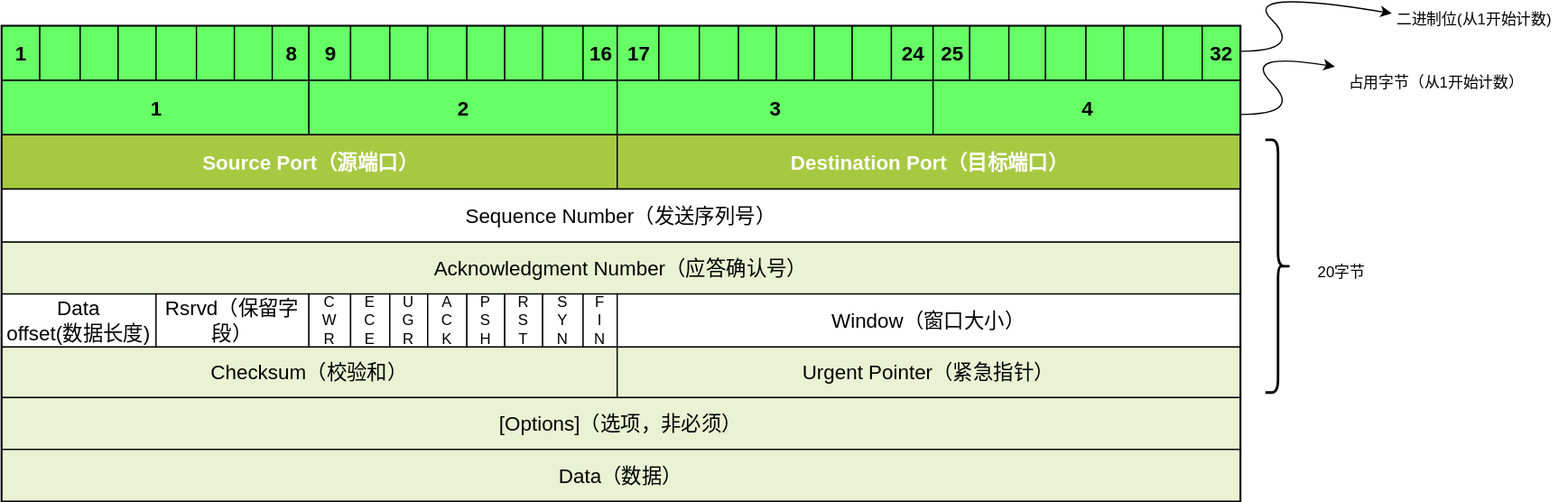
Above: 网络协议/03-TCP协议简介-可靠.drawio.svg in WithoutCause/draw.io (draw.io), before the change. Source tidied: cells renumbered, new cells last; positions are measured from the earlier drawing's top-left corner, leaving out a move shared by most shapes.
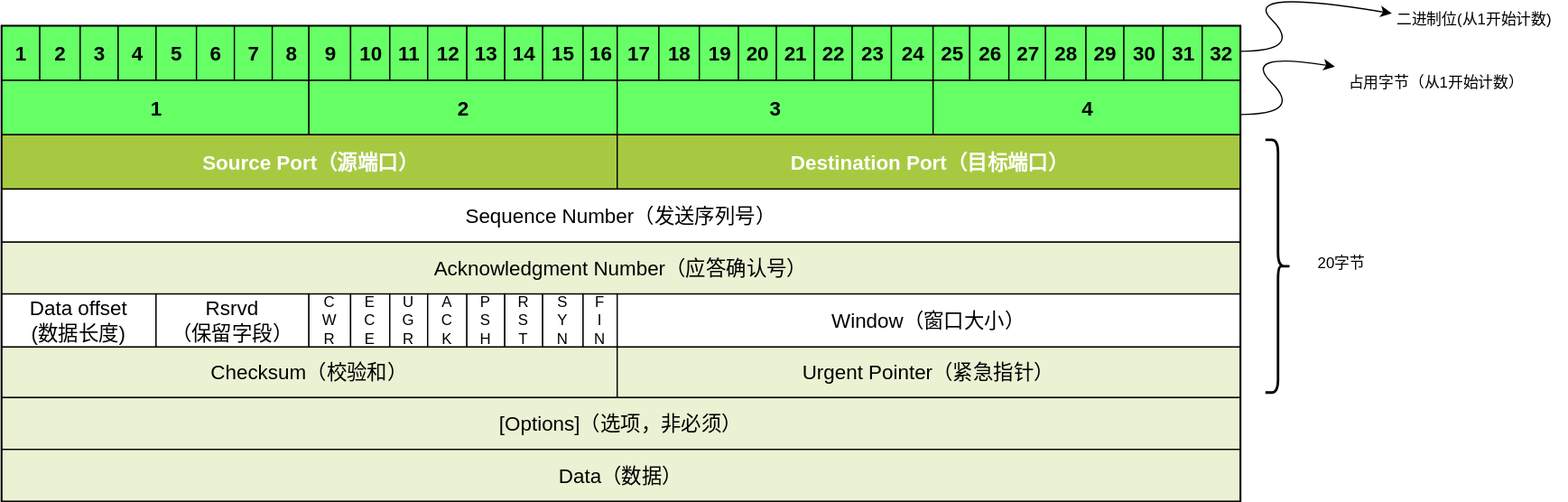
Above is the later version.

Commit message:
更新03-TCP协议简介-可靠.drawio.svg

What changed in the source:
```diff
@@ -14,22 +14,22 @@
     <mxCell id="5" value="1" style="strokeColor=inherit;fillColor=#66FF66;align=center;fontStyle=1;fontColor=#000000;html=1;fontSize=16;" parent="4" vertex="1">
       <mxGeometry width="30" height="43" as="geometry" />
     </mxCell>
-    <mxCell id="6" style="strokeColor=inherit;fillColor=#66FF66;align=center;fontStyle=1;fontColor=#000000;html=1;fontSize=16;" parent="4" vertex="1">
+    <mxCell id="6" value="2" style="strokeColor=inherit;fillColor=#66FF66;align=center;fontStyle=1;fontColor=#000000;html=1;fontSize=16;" parent="4" vertex="1">
       <mxGeometry x="30" width="32" height="43" as="geometry" />
     </mxCell>
-    <mxCell id="7" style="strokeColor=inherit;fillColor=#66FF66;align=center;fontStyle=1;fontColor=#000000;html=1;fontSize=16;" parent="4" vertex="1">
+    <mxCell id="7" value="3" style="strokeColor=inherit;fillColor=#66FF66;align=center;fontStyle=1;fontColor=#000000;html=1;fontSize=16;" parent="4" vertex="1">
       <mxGeometry x="62" width="30" height="43" as="geometry" />
     </mxCell>
-    <mxCell id="8" style="strokeColor=inherit;fillColor=#66FF66;align=center;fontStyle=1;fontColor=#000000;html=1;fontSize=16;" parent="4" vertex="1">
+    <mxCell id="8" value="4" style="strokeColor=inherit;fillColor=#66FF66;align=center;fontStyle=1;fontColor=#000000;html=1;fontSize=16;" parent="4" vertex="1">
       <mxGeometry x="92" width="30" height="43" as="geometry" />
     </mxCell>
-    <mxCell id="9" style="strokeColor=inherit;fillColor=#66FF66;align=center;fontStyle=1;fontColor=#000000;html=1;fontSize=16;" parent="4" vertex="1">
+    <mxCell id="9" value="5" style="strokeColor=inherit;fillColor=#66FF66;align=center;fontStyle=1;fontColor=#000000;html=1;fontSize=16;" parent="4" vertex="1">
       <mxGeometry x="122" width="32" height="43" as="geometry" />
     </mxCell>
-    <mxCell id="10" style="strokeColor=inherit;fillColor=#66FF66;align=center;fontStyle=1;fontColor=#000000;html=1;fontSize=16;" parent="4" vertex="1">
+    <mxCell id="10" value="6" style="strokeColor=inherit;fillColor=#66FF66;align=center;fontStyle=1;fontColor=#000000;html=1;fontSize=16;" parent="4" vertex="1">
       <mxGeometry x="154" width="30" height="43" as="geometry" />
     </mxCell>
-    <mxCell id="11" style="strokeColor=inherit;fillColor=#66FF66;align=center;fontStyle=1;fontColor=#000000;html=1;fontSize=16;" parent="4" vertex="1">
+    <mxCell id="11" value="7" style="strokeColor=inherit;fillColor=#66FF66;align=center;fontStyle=1;fontColor=#000000;html=1;fontSize=16;" parent="4" vertex="1">
       <mxGeometry x="184" width="30" height="43" as="geometry" />
     </mxCell>
     <mxCell id="12" value="8" style="strokeColor=inherit;fillColor=#66FF66;align=center;fontStyle=1;fontColor=#000000;html=1;fontSize=16;" parent="4" vertex="1">
@@ -38,22 +38,22 @@
     <mxCell id="13" value="9" style="strokeColor=inherit;fillColor=#66FF66;align=center;fontStyle=1;fontColor=#000000;html=1;fontSize=16;" parent="4" vertex="1">
       <mxGeometry x="243" width="33" height="43" as="geometry" />
     </mxCell>
-    <mxCell id="14" style="strokeColor=inherit;fillColor=#66FF66;align=center;fontStyle=1;fontColor=#000000;html=1;fontSize=16;" parent="4" vertex="1">
+    <mxCell id="14" value="10" style="strokeColor=inherit;fillColor=#66FF66;align=center;fontStyle=1;fontColor=#000000;html=1;fontSize=16;" parent="4" vertex="1">
       <mxGeometry x="276" width="31" height="43" as="geometry" />
     </mxCell>
-    <mxCell id="15" style="strokeColor=inherit;fillColor=#66FF66;align=center;fontStyle=1;fontColor=#000000;html=1;fontSize=16;" parent="4" vertex="1">
+    <mxCell id="15" value="11" style="strokeColor=inherit;fillColor=#66FF66;align=center;fontStyle=1;fontColor=#000000;html=1;fontSize=16;" parent="4" vertex="1">
       <mxGeometry x="307" width="30" height="43" as="geometry" />
     </mxCell>
-    <mxCell id="16" style="strokeColor=inherit;fillColor=#66FF66;align=center;fontStyle=1;fontColor=#000000;html=1;fontSize=16;" parent="4" vertex="1">
+    <mxCell id="16" value="12" style="strokeColor=inherit;fillColor=#66FF66;align=center;fontStyle=1;fontColor=#000000;html=1;fontSize=16;" parent="4" vertex="1">
       <mxGeometry x="337" width="31" height="43" as="geometry" />
     </mxCell>
-    <mxCell id="17" style="strokeColor=inherit;fillColor=#66FF66;align=center;fontStyle=1;fontColor=#000000;html=1;fontSize=16;" parent="4" vertex="1">
+    <mxCell id="17" value="13" style="strokeColor=inherit;fillColor=#66FF66;align=center;fontStyle=1;fontColor=#000000;html=1;fontSize=16;" parent="4" vertex="1">
       <mxGeometry x="368" width="30" height="43" as="geometry" />
     </mxCell>
-    <mxCell id="18" style="strokeColor=inherit;fillColor=#66FF66;align=center;fontStyle=1;fontColor=#000000;html=1;fontSize=16;" parent="4" vertex="1">
+    <mxCell id="18" value="14" style="strokeColor=inherit;fillColor=#66FF66;align=center;fontStyle=1;fontColor=#000000;html=1;fontSize=16;" parent="4" vertex="1">
       <mxGeometry x="398" width="30" height="43" as="geometry" />
     </mxCell>
-    <mxCell id="19" style="strokeColor=inherit;fillColor=#66FF66;align=center;fontStyle=1;fontColor=#000000;html=1;fontSize=16;" parent="4" vertex="1">
+    <mxCell id="19" value="15" style="strokeColor=inherit;fillColor=#66FF66;align=center;fontStyle=1;fontColor=#000000;html=1;fontSize=16;" parent="4" vertex="1">
       <mxGeometry x="428" width="32" height="43" as="geometry" />
     </mxCell>
     <mxCell id="20" value="16" style="strokeColor=inherit;fillColor=#66FF66;align=center;fontStyle=1;fontColor=#000000;html=1;fontSize=16;" parent="4" vertex="1">
@@ -62,22 +62,22 @@
     <mxCell id="21" value="17" style="strokeColor=inherit;fillColor=#66FF66;align=center;fontStyle=1;fontColor=#000000;html=1;fontSize=16;" parent="4" vertex="1">
       <mxGeometry x="487" width="33" height="43" as="geometry" />
     </mxCell>
-    <mxCell id="22" style="strokeColor=inherit;fillColor=#66FF66;align=center;fontStyle=1;fontColor=#000000;html=1;fontSize=16;" parent="4" vertex="1">
+    <mxCell id="22" value="18" style="strokeColor=inherit;fillColor=#66FF66;align=center;fontStyle=1;fontColor=#000000;html=1;fontSize=16;" parent="4" vertex="1">
       <mxGeometry x="520" width="32" height="43" as="geometry" />
     </mxCell>
-    <mxCell id="23" style="strokeColor=inherit;fillColor=#66FF66;align=center;fontStyle=1;fontColor=#000000;html=1;fontSize=16;" parent="4" vertex="1">
+    <mxCell id="23" value="19" style="strokeColor=inherit;fillColor=#66FF66;align=center;fontStyle=1;fontColor=#000000;html=1;fontSize=16;" parent="4" vertex="1">
       <mxGeometry x="552" width="31" height="43" as="geometry" />
     </mxCell>
-    <mxCell id="24" style="strokeColor=inherit;fillColor=#66FF66;align=center;fontStyle=1;fontColor=#000000;html=1;fontSize=16;" parent="4" vertex="1">
+    <mxCell id="24" value="20" style="strokeColor=inherit;fillColor=#66FF66;align=center;fontStyle=1;fontColor=#000000;html=1;fontSize=16;" parent="4" vertex="1">
       <mxGeometry x="583" width="30" height="43" as="geometry" />
     </mxCell>
-    <mxCell id="25" style="strokeColor=inherit;fillColor=#66FF66;align=center;fontStyle=1;fontColor=#000000;html=1;fontSize=16;" parent="4" vertex="1">
+    <mxCell id="25" value="21" style="strokeColor=inherit;fillColor=#66FF66;align=center;fontStyle=1;fontColor=#000000;html=1;fontSize=16;" parent="4" vertex="1">
       <mxGeometry x="613" width="30" height="43" as="geometry" />
     </mxCell>
-    <mxCell id="26" style="strokeColor=inherit;fillColor=#66FF66;align=center;fontStyle=1;fontColor=#000000;html=1;fontSize=16;" parent="4" vertex="1">
+    <mxCell id="26" value="22" style="strokeColor=inherit;fillColor=#66FF66;align=center;fontStyle=1;fontColor=#000000;html=1;fontSize=16;" parent="4" vertex="1">
       <mxGeometry x="643" width="30" height="43" as="geometry" />
     </mxCell>
-    <mxCell id="27" style="strokeColor=inherit;fillColor=#66FF66;align=center;fontStyle=1;fontColor=#000000;html=1;fontSize=16;" parent="4" vertex="1">
+    <mxCell id="27" value="23" style="strokeColor=inherit;fillColor=#66FF66;align=center;fontStyle=1;fontColor=#000000;html=1;fontSize=16;" parent="4" vertex="1">
       <mxGeometry x="673" width="31" height="43" as="geometry" />
     </mxCell>
     <mxCell id="28" value="24" style="strokeColor=inherit;fillColor=#66FF66;align=center;fontStyle=1;fontColor=#000000;html=1;fontSize=16;" parent="4" vertex="1">
@@ -86,22 +86,22 @@
     <mxCell id="29" value="25" style="strokeColor=inherit;fillColor=#66FF66;align=center;fontStyle=1;fontColor=#000000;html=1;fontSize=16;" parent="4" vertex="1">
       <mxGeometry x="737" width="29" height="43" as="geometry" />
     </mxCell>
-    <mxCell id="30" style="strokeColor=inherit;fillColor=#66FF66;align=center;fontStyle=1;fontColor=#000000;html=1;fontSize=16;" parent="4" vertex="1">
+    <mxCell id="30" value="26" style="strokeColor=inherit;fillColor=#66FF66;align=center;fontStyle=1;fontColor=#000000;html=1;fontSize=16;" parent="4" vertex="1">
       <mxGeometry x="766" width="31" height="43" as="geometry" />
     </mxCell>
-    <mxCell id="31" style="strokeColor=inherit;fillColor=#66FF66;align=center;fontStyle=1;fontColor=#000000;html=1;fontSize=16;" parent="4" vertex="1">
+    <mxCell id="31" value="27" style="strokeColor=inherit;fillColor=#66FF66;align=center;fontStyle=1;fontColor=#000000;html=1;fontSize=16;" parent="4" vertex="1">
       <mxGeometry x="797" width="29" height="43" as="geometry" />
     </mxCell>
-    <mxCell id="32" style="strokeColor=inherit;fillColor=#66FF66;align=center;fontStyle=1;fontColor=#000000;html=1;fontSize=16;" parent="4" vertex="1">
+    <mxCell id="32" value="28" style="strokeColor=inherit;fillColor=#66FF66;align=center;fontStyle=1;fontColor=#000000;html=1;fontSize=16;" parent="4" vertex="1">
       <mxGeometry x="826" width="32" height="43" as="geometry" />
     </mxCell>
-    <mxCell id="33" style="strokeColor=inherit;fillColor=#66FF66;align=center;fontStyle=1;fontColor=#000000;html=1;fontSize=16;" parent="4" vertex="1">
+    <mxCell id="33" value="29" style="strokeColor=inherit;fillColor=#66FF66;align=center;fontStyle=1;fontColor=#000000;html=1;fontSize=16;" parent="4" vertex="1">
       <mxGeometry x="858" width="30" height="43" as="geometry" />
     </mxCell>
-    <mxCell id="34" style="strokeColor=inherit;fillColor=#66FF66;align=center;fontStyle=1;fontColor=#000000;html=1;fontSize=16;" parent="4" vertex="1">
+    <mxCell id="34" value="30" style="strokeColor=inherit;fillColor=#66FF66;align=center;fontStyle=1;fontColor=#000000;html=1;fontSize=16;" parent="4" vertex="1">
       <mxGeometry x="888" width="31" height="43" as="geometry" />
     </mxCell>
-    <mxCell id="35" style="strokeColor=inherit;fillColor=#66FF66;align=center;fontStyle=1;fontColor=#000000;html=1;fontSize=16;" parent="4" vertex="1">
+    <mxCell id="35" value="31" style="strokeColor=inherit;fillColor=#66FF66;align=center;fontStyle=1;fontColor=#000000;html=1;fontSize=16;" parent="4" vertex="1">
       <mxGeometry x="919" width="31" height="43" as="geometry" />
     </mxCell>
     <mxCell id="36" value="32" style="strokeColor=inherit;fillColor=#66FF66;align=center;fontStyle=1;fontColor=#000000;html=1;fontSize=16;" parent="4" vertex="1">
@@ -146,10 +146,10 @@
     <mxCell id="49" style="shape=tableRow;horizontal=0;startSize=0;swimlaneHead=0;swimlaneBody=0;top=0;left=0;bottom=0;right=0;fontStyle=0;strokeColor=inherit;fillColor=#ffffff;" parent="3" vertex="1">
       <mxGeometry y="212" width="980" height="42" as="geometry" />
     </mxCell>
-    <mxCell id="50" value="Data&lt;br style=&quot;font-size: 16px;&quot;&gt;offset(数据长度)" style="strokeColor=inherit;fillColor=inherit;fontStyle=0;align=center;whiteSpace=wrap;html=1;rowspan=1;colspan=4;fontSize=16;" parent="49" vertex="1">
+    <mxCell id="50" value="Data offset&lt;br&gt;(数据长度)" style="strokeColor=inherit;fillColor=inherit;fontStyle=0;align=center;whiteSpace=wrap;html=1;rowspan=1;colspan=4;fontSize=16;" parent="49" vertex="1">
       <mxGeometry width="122" height="42" as="geometry" />
     </mxCell>
-    <mxCell id="51" value="Rsrvd（保留字段）" style="strokeColor=inherit;fillColor=inherit;fontStyle=0;align=center;whiteSpace=wrap;html=1;rowspan=1;colspan=4;fontSize=16;" parent="49" vertex="1">
+    <mxCell id="51" value="Rsrvd&lt;br&gt;（保留字段）" style="strokeColor=inherit;fillColor=inherit;fontStyle=0;align=center;whiteSpace=wrap;html=1;rowspan=1;colspan=4;fontSize=16;" parent="49" vertex="1">
       <mxGeometry x="122" width="121" height="42" as="geometry" />
     </mxCell>
     <mxCell id="52" value="C&lt;br&gt;W&lt;br&gt;R" style="strokeColor=inherit;fillColor=inherit;fontStyle=0;align=center;whiteSpace=wrap;html=1;" parent="49" vertex="1">
@@ -201,7 +201,7 @@
       <mxGeometry width="980" height="41" as="geometry" />
     </mxCell>
     <mxCell id="68" value="20字节" style="text;html=1;align=center;verticalAlign=middle;strokeColor=none;fillColor=none;" parent="1" vertex="1">
-      <mxGeometry x="1030" y="210" width="60" height="30" as="geometry" />
+      <mxGeometry x="1030" y="203" width="60" height="30" as="geometry" />
     </mxCell>
     <mxCell id="69" value="占用字节（从1开始计数）" style="text;html=1;align=center;verticalAlign=middle;points=[];strokeColor=none;fillColor=none;" parent="1" vertex="1">
       <mxGeometry x="1055" y="60" width="160" height="30" as="geometry" />
```
